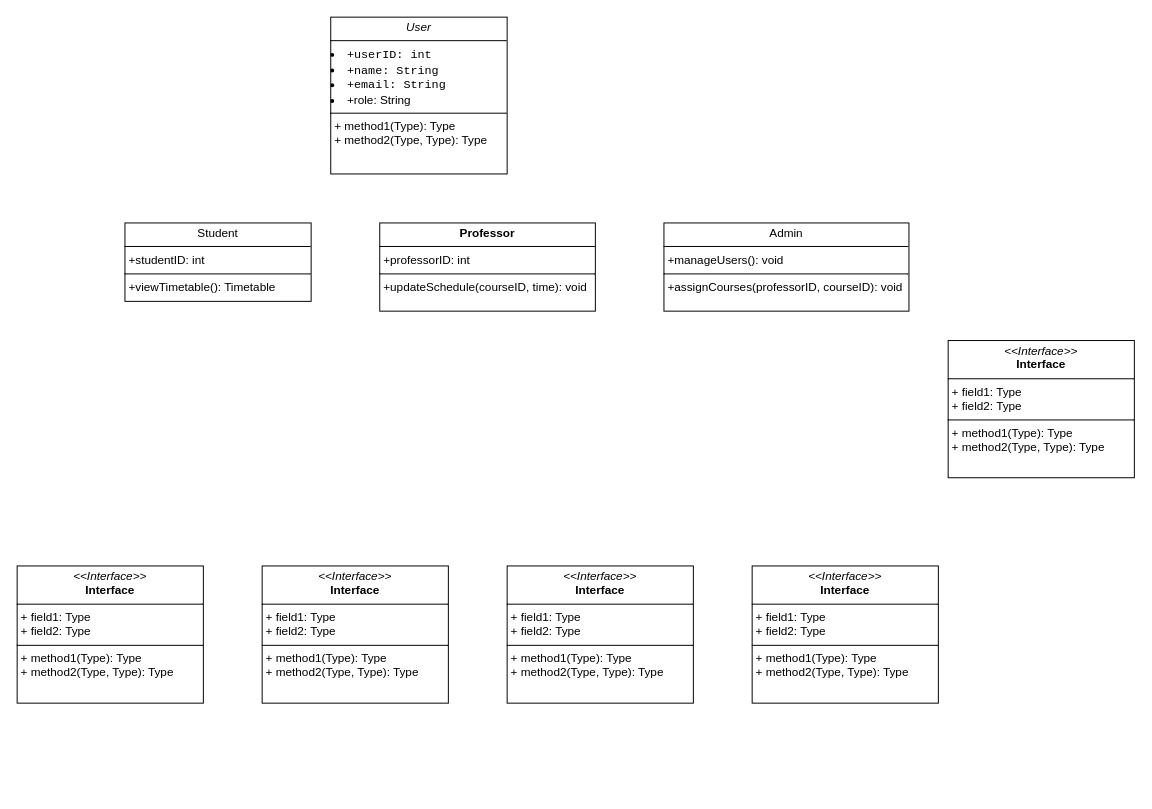
The draw.io diagram Untitled Diagram.drawio in Animofly/se_assign_3, before the edit. Source tidied: cells renumbered, new cells numbered last; positions are measured from the earlier drawing's top-left corner, leaving out a move shared by most shapes. Both pictures are drawn from the tidied source at 98%, with x=0, y=0 at pixel (17, 17).
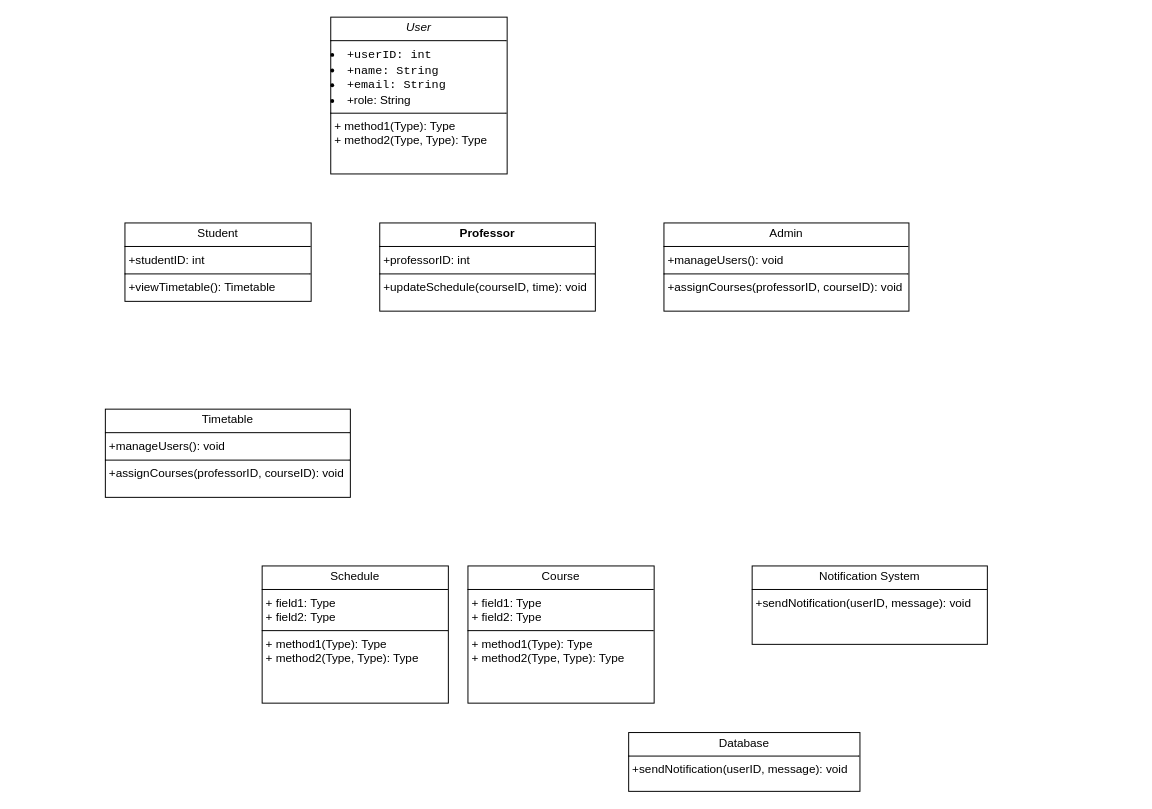
After the change.

What changed in the source:
```diff
@@
 <mxGraphModel>
   <root>
     <mxCell id="0" />
     <mxCell id="1" parent="0" />
     <mxCell id="2" value="&lt;p style=&quot;margin:0px;margin-top:4px;text-align:center;&quot;&gt;&lt;i&gt;User&lt;/i&gt;&lt;/p&gt;&lt;hr size=&quot;1&quot; style=&quot;border-style:solid;&quot;&gt;&lt;li&gt;&lt;code&gt;+userID: int&lt;/code&gt;&lt;/li&gt;&lt;li&gt;&lt;code&gt;+name: String&lt;/code&gt;&lt;/li&gt;&lt;li&gt;&lt;code&gt;+email: String&lt;/code&gt;&lt;/li&gt;&lt;li&gt;+role: String&lt;/li&gt;&lt;hr size=&quot;1&quot; style=&quot;border-style:solid;&quot;&gt;&lt;p style=&quot;margin:0px;margin-left:4px;&quot;&gt;+ method1(Type): Type&lt;br&gt;+ method2(Type, Type): Type&lt;/p&gt;" style="verticalAlign=top;align=left;overflow=fill;html=1;whiteSpace=wrap;" parent="1" vertex="1">
       <mxGeometry x="320" width="180" height="160" as="geometry" />
     </mxCell>
     <mxCell id="3" value="&lt;p style=&quot;margin:0px;margin-top:4px;text-align:center;&quot;&gt;Student&lt;/p&gt;&lt;hr size=&quot;1&quot; style=&quot;border-style:solid;&quot;&gt;&lt;p style=&quot;margin:0px;margin-left:4px;&quot;&gt;+studentID: int&lt;/p&gt;&lt;hr size=&quot;1&quot; style=&quot;border-style:solid;&quot;&gt;&lt;p style=&quot;margin:0px;margin-left:4px;&quot;&gt;+viewTimetable(): Timetable&lt;/p&gt;" style="verticalAlign=top;align=left;overflow=fill;html=1;whiteSpace=wrap;" parent="1" vertex="1">
       <mxGeometry x="110" y="210" width="190" height="80" as="geometry" />
     </mxCell>
-    <mxCell id="4" value="&lt;p style=&quot;margin:0px;margin-top:4px;text-align:center;&quot;&gt;&lt;i&gt;&amp;lt;&amp;lt;Interface&amp;gt;&amp;gt;&lt;/i&gt;&lt;br/&gt;&lt;b&gt;Interface&lt;/b&gt;&lt;/p&gt;&lt;hr size=&quot;1&quot; style=&quot;border-style:solid;&quot;/&gt;&lt;p style=&quot;margin:0px;margin-left:4px;&quot;&gt;+ field1: Type&lt;br/&gt;+ field2: Type&lt;/p&gt;&lt;hr size=&quot;1&quot; style=&quot;border-style:solid;&quot;/&gt;&lt;p style=&quot;margin:0px;margin-left:4px;&quot;&gt;+ method1(Type): Type&lt;br/&gt;+ method2(Type, Type): Type&lt;/p&gt;" style="verticalAlign=top;align=left;overflow=fill;html=1;whiteSpace=wrap;" parent="1" vertex="1">
-      <mxGeometry x="500" y="560" width="190" height="140" as="geometry" />
-    </mxCell>
-    <mxCell id="5" value="&lt;p style=&quot;margin:0px;margin-top:4px;text-align:center;&quot;&gt;&lt;i&gt;&amp;lt;&amp;lt;Interface&amp;gt;&amp;gt;&lt;/i&gt;&lt;br/&gt;&lt;b&gt;Interface&lt;/b&gt;&lt;/p&gt;&lt;hr size=&quot;1&quot; style=&quot;border-style:solid;&quot;/&gt;&lt;p style=&quot;margin:0px;margin-left:4px;&quot;&gt;+ field1: Type&lt;br/&gt;+ field2: Type&lt;/p&gt;&lt;hr size=&quot;1&quot; style=&quot;border-style:solid;&quot;/&gt;&lt;p style=&quot;margin:0px;margin-left:4px;&quot;&gt;+ method1(Type): Type&lt;br/&gt;+ method2(Type, Type): Type&lt;/p&gt;" style="verticalAlign=top;align=left;overflow=fill;html=1;whiteSpace=wrap;" parent="1" vertex="1">
-      <mxGeometry y="560" width="190" height="140" as="geometry" />
-    </mxCell>
     <mxCell id="6" value="&lt;p style=&quot;margin:0px;margin-top:4px;text-align:center;&quot;&gt;&lt;strong&gt;Professor&lt;/strong&gt;&lt;/p&gt;&lt;hr size=&quot;1&quot; style=&quot;border-style:solid;&quot;&gt;&lt;p style=&quot;margin:0px;margin-left:4px;&quot;&gt;+professorID: int&lt;/p&gt;&lt;hr size=&quot;1&quot; style=&quot;border-style:solid;&quot;&gt;&lt;p style=&quot;margin:0px;margin-left:4px;&quot;&gt;+updateSchedule(courseID, time): void&lt;/p&gt;" style="verticalAlign=top;align=left;overflow=fill;html=1;whiteSpace=wrap;" parent="1" vertex="1">
       <mxGeometry x="370" y="210" width="220" height="90" as="geometry" />
     </mxCell>
-    <mxCell id="7" value="&lt;p style=&quot;margin:0px;margin-top:4px;text-align:center;&quot;&gt;&lt;i&gt;&amp;lt;&amp;lt;Interface&amp;gt;&amp;gt;&lt;/i&gt;&lt;br/&gt;&lt;b&gt;Interface&lt;/b&gt;&lt;/p&gt;&lt;hr size=&quot;1&quot; style=&quot;border-style:solid;&quot;/&gt;&lt;p style=&quot;margin:0px;margin-left:4px;&quot;&gt;+ field1: Type&lt;br/&gt;+ field2: Type&lt;/p&gt;&lt;hr size=&quot;1&quot; style=&quot;border-style:solid;&quot;/&gt;&lt;p style=&quot;margin:0px;margin-left:4px;&quot;&gt;+ method1(Type): Type&lt;br/&gt;+ method2(Type, Type): Type&lt;/p&gt;" style="verticalAlign=top;align=left;overflow=fill;html=1;whiteSpace=wrap;" parent="1" vertex="1">
-      <mxGeometry x="750" y="560" width="190" height="140" as="geometry" />
+    <mxCell id="7" value="&lt;p style=&quot;margin:0px;margin-top:4px;text-align:center;&quot;&gt;Notification System&lt;/p&gt;&lt;hr size=&quot;1&quot; style=&quot;border-style:solid;&quot;&gt;&lt;p style=&quot;margin:0px;margin-left:4px;&quot;&gt;+sendNotification(userID, message): void&lt;/p&gt;" style="verticalAlign=top;align=left;overflow=fill;html=1;whiteSpace=wrap;" parent="1" vertex="1">
+      <mxGeometry x="750" y="560" width="240" height="80" as="geometry" />
     </mxCell>
-    <mxCell id="8" value="&lt;p style=&quot;margin:0px;margin-top:4px;text-align:center;&quot;&gt;&lt;i&gt;&amp;lt;&amp;lt;Interface&amp;gt;&amp;gt;&lt;/i&gt;&lt;br/&gt;&lt;b&gt;Interface&lt;/b&gt;&lt;/p&gt;&lt;hr size=&quot;1&quot; style=&quot;border-style:solid;&quot;/&gt;&lt;p style=&quot;margin:0px;margin-left:4px;&quot;&gt;+ field1: Type&lt;br/&gt;+ field2: Type&lt;/p&gt;&lt;hr size=&quot;1&quot; style=&quot;border-style:solid;&quot;/&gt;&lt;p style=&quot;margin:0px;margin-left:4px;&quot;&gt;+ method1(Type): Type&lt;br/&gt;+ method2(Type, Type): Type&lt;/p&gt;" style="verticalAlign=top;align=left;overflow=fill;html=1;whiteSpace=wrap;" parent="1" vertex="1">
+    <mxCell id="8" value="&lt;p style=&quot;margin:0px;margin-top:4px;text-align:center;&quot;&gt;Schedule&lt;/p&gt;&lt;hr size=&quot;1&quot; style=&quot;border-style:solid;&quot;&gt;&lt;p style=&quot;margin:0px;margin-left:4px;&quot;&gt;+ field1: Type&lt;br&gt;+ field2: Type&lt;/p&gt;&lt;hr size=&quot;1&quot; style=&quot;border-style:solid;&quot;&gt;&lt;p style=&quot;margin:0px;margin-left:4px;&quot;&gt;+ method1(Type): Type&lt;br&gt;+ method2(Type, Type): Type&lt;/p&gt;" style="verticalAlign=top;align=left;overflow=fill;html=1;whiteSpace=wrap;" parent="1" vertex="1">
       <mxGeometry x="250" y="560" width="190" height="140" as="geometry" />
     </mxCell>
-    <mxCell id="9" value="&lt;p style=&quot;margin:0px;margin-top:4px;text-align:center;&quot;&gt;&lt;i&gt;&amp;lt;&amp;lt;Interface&amp;gt;&amp;gt;&lt;/i&gt;&lt;br/&gt;&lt;b&gt;Interface&lt;/b&gt;&lt;/p&gt;&lt;hr size=&quot;1&quot; style=&quot;border-style:solid;&quot;/&gt;&lt;p style=&quot;margin:0px;margin-left:4px;&quot;&gt;+ field1: Type&lt;br/&gt;+ field2: Type&lt;/p&gt;&lt;hr size=&quot;1&quot; style=&quot;border-style:solid;&quot;/&gt;&lt;p style=&quot;margin:0px;margin-left:4px;&quot;&gt;+ method1(Type): Type&lt;br/&gt;+ method2(Type, Type): Type&lt;/p&gt;" style="verticalAlign=top;align=left;overflow=fill;html=1;whiteSpace=wrap;" parent="1" vertex="1">
-      <mxGeometry x="950" y="330" width="190" height="140" as="geometry" />
-    </mxCell>
     <mxCell id="10" value="&lt;p style=&quot;margin:0px;margin-top:4px;text-align:center;&quot;&gt;Admin&lt;/p&gt;&lt;hr size=&quot;1&quot; style=&quot;border-style:solid;&quot;&gt;&lt;p style=&quot;margin:0px;margin-left:4px;&quot;&gt;+manageUsers(): void&lt;/p&gt;&lt;hr size=&quot;1&quot; style=&quot;border-style:solid;&quot;&gt;&lt;p style=&quot;margin:0px;margin-left:4px;&quot;&gt;+assignCourses(professorID, courseID): void&lt;/p&gt;" style="verticalAlign=top;align=left;overflow=fill;html=1;whiteSpace=wrap;" parent="1" vertex="1">
       <mxGeometry x="660" y="210" width="250" height="90" as="geometry" />
     </mxCell>
+    <mxCell id="11" value="&lt;p style=&quot;margin:0px;margin-top:4px;text-align:center;&quot;&gt;Timetable&lt;/p&gt;&lt;hr size=&quot;1&quot; style=&quot;border-style:solid;&quot;&gt;&lt;p style=&quot;margin:0px;margin-left:4px;&quot;&gt;+manageUsers(): void&lt;/p&gt;&lt;hr size=&quot;1&quot; style=&quot;border-style:solid;&quot;&gt;&lt;p style=&quot;margin:0px;margin-left:4px;&quot;&gt;+assignCourses(professorID, courseID): void&lt;/p&gt;" style="verticalAlign=top;align=left;overflow=fill;html=1;whiteSpace=wrap;" parent="1" vertex="1">
+      <mxGeometry x="90" y="400" width="250" height="90" as="geometry" />
+    </mxCell>
+    <mxCell id="12" value="&lt;p style=&quot;margin:0px;margin-top:4px;text-align:center;&quot;&gt;Database&lt;/p&gt;&lt;hr size=&quot;1&quot; style=&quot;border-style:solid;&quot;&gt;&lt;p style=&quot;margin:0px;margin-left:4px;&quot;&gt;+sendNotification(userID, message): void&lt;/p&gt;" style="verticalAlign=top;align=left;overflow=fill;html=1;whiteSpace=wrap;" parent="1" vertex="1">
+      <mxGeometry x="624" y="730" width="236" height="60" as="geometry" />
+    </mxCell>
+    <mxCell id="13" value="&lt;p style=&quot;margin:0px;margin-top:4px;text-align:center;&quot;&gt;Course&lt;/p&gt;&lt;hr size=&quot;1&quot; style=&quot;border-style:solid;&quot;&gt;&lt;p style=&quot;margin:0px;margin-left:4px;&quot;&gt;+ field1: Type&lt;br&gt;+ field2: Type&lt;/p&gt;&lt;hr size=&quot;1&quot; style=&quot;border-style:solid;&quot;&gt;&lt;p style=&quot;margin:0px;margin-left:4px;&quot;&gt;+ method1(Type): Type&lt;br&gt;+ method2(Type, Type): Type&lt;/p&gt;" style="verticalAlign=top;align=left;overflow=fill;html=1;whiteSpace=wrap;" parent="1" vertex="1">
+      <mxGeometry x="460" y="560" width="190" height="140" as="geometry" />
+    </mxCell>
   </root>
 </mxGraphModel>
```
